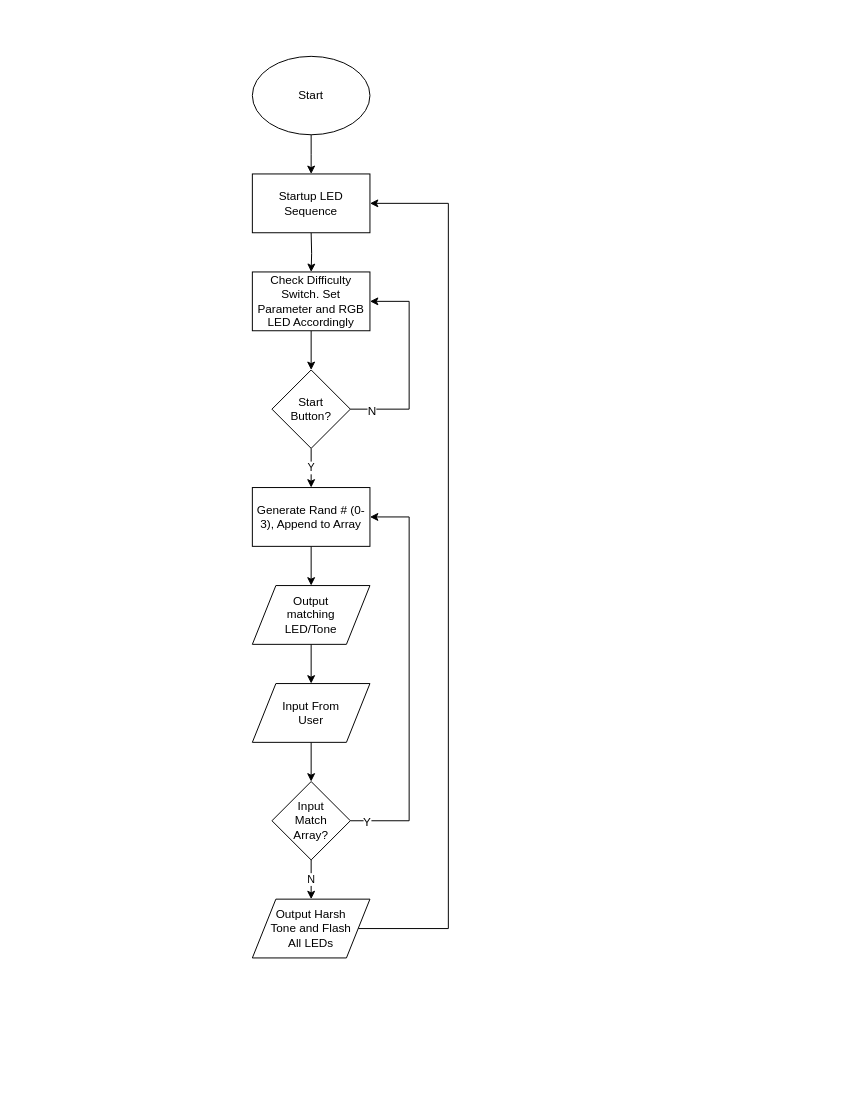
Earlier version of the draw.io diagram Simon Flow Chart.drawio (stephenspruill/Final-Project-Simon-Says). Source tidied: cells renumbered, new cells numbered last; positions are measured from the earlier drawing's top-left corner, leaving out a move shared by most shapes. Both pictures are drawn from the tidied source at 98%, with x=0, y=0 at pixel (252, 56).
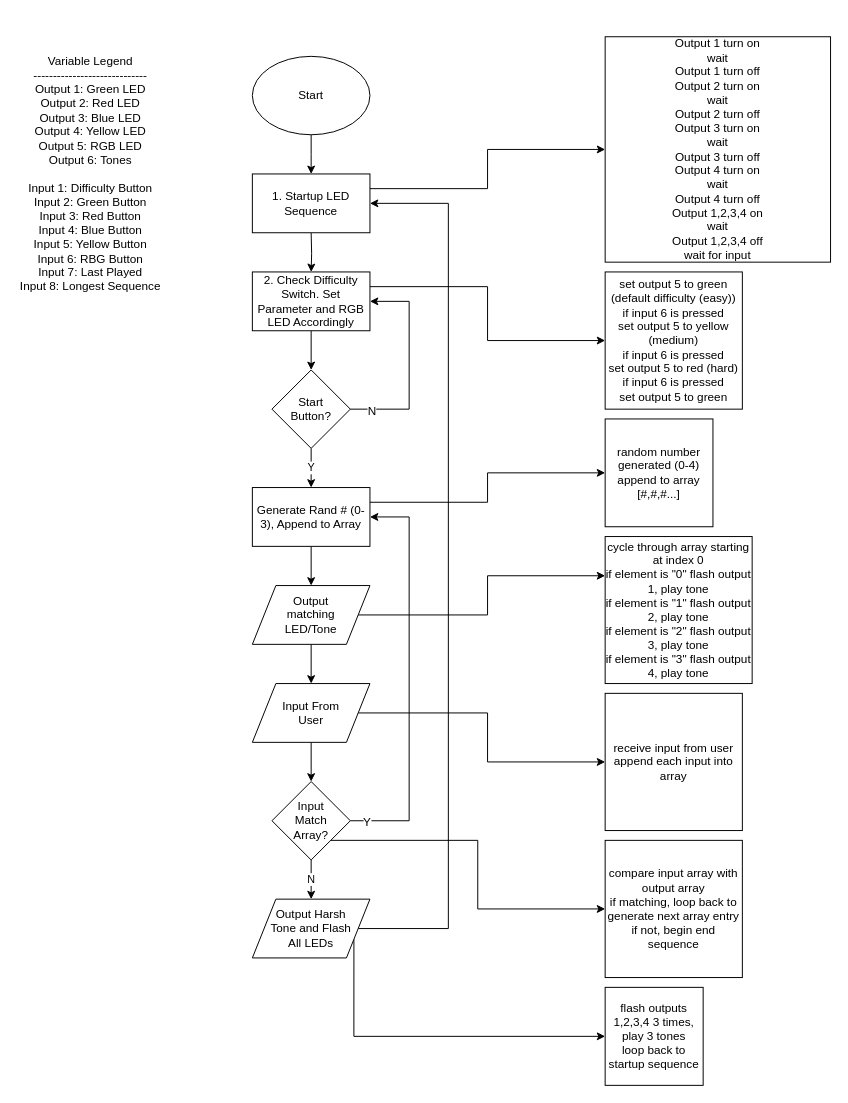
The same page after the edit.

The change refers to these unchanged cells:
```xml
<mxCell id="13" value="Generate Rand # (0-3), Append to Array" style="rounded=0;whiteSpace=wrap;html=1;" parent="1" vertex="1">
  <mxGeometry y="440" width="120" height="60" as="geometry" />
</mxCell>
<mxCell id="15" value="&lt;div&gt;Output&lt;/div&gt;&lt;div&gt;matching&lt;/div&gt;&lt;div&gt;LED/Tone&lt;/div&gt;" style="shape=parallelogram;perimeter=parallelogramPerimeter;whiteSpace=wrap;html=1;" parent="1" vertex="1">
  <mxGeometry y="540" width="120" height="60" as="geometry" />
</mxCell>
<mxCell id="17" value="&lt;div&gt;Input From&lt;/div&gt;&lt;div&gt;User&lt;br&gt;&lt;/div&gt;" style="shape=parallelogram;perimeter=parallelogramPerimeter;whiteSpace=wrap;html=1;" parent="1" vertex="1">
  <mxGeometry y="640" width="120" height="60" as="geometry" />
</mxCell>
<mxCell id="21" value="&lt;div&gt;Input&lt;/div&gt;&lt;div&gt;Match&lt;/div&gt;&lt;div&gt;Array?&lt;br&gt;&lt;/div&gt;" style="rhombus;whiteSpace=wrap;html=1;" parent="1" vertex="1">
  <mxGeometry x="20" y="740" width="80" height="80" as="geometry" />
</mxCell>
<mxCell id="23" value="&lt;div&gt;Output Harsh&lt;/div&gt;&lt;div&gt;Tone and Flash&lt;/div&gt;&lt;div&gt;All LEDs&lt;br&gt;&lt;/div&gt;" style="shape=parallelogram;perimeter=parallelogramPerimeter;whiteSpace=wrap;html=1;" parent="1" vertex="1">
  <mxGeometry y="860" width="120" height="60" as="geometry" />
</mxCell>
```

What changed in the source:
```diff
@@
+    <mxCell id="24" style="edgeStyle=orthogonalEdgeStyle;rounded=0;jettySize=auto;html=1;exitX=1;exitY=0.25;exitDx=0;exitDy=0;targetPerimeterSpacing=0;" parent="1" edge="1" source="6" target="33">
+      <mxGeometry relative="1" as="geometry" />
+    </mxCell>
-    <mxCell id="6" value="&lt;div&gt;Check Difficulty Switch. Set Parameter and RGB LED Accordingly&lt;br&gt;&lt;/div&gt;" style="rounded=0;whiteSpace=wrap;html=1;" parent="1" vertex="1">
+    <mxCell id="6" value="&lt;div&gt;2. Check Difficulty Switch. Set Parameter and RGB LED Accordingly&lt;br&gt;&lt;/div&gt;" style="rounded=0;whiteSpace=wrap;html=1;" parent="1" vertex="1">
       <mxGeometry y="220" width="120" height="60" as="geometry" />
     </mxCell>
+    <mxCell id="25" style="edgeStyle=orthogonalEdgeStyle;rounded=0;jettySize=auto;html=1;exitX=1;exitY=0.25;exitDx=0;exitDy=0;entryX=0;entryY=0.5;entryDx=0;entryDy=0;targetPerimeterSpacing=0;" parent="1" edge="1" source="7" target="32">
+      <mxGeometry relative="1" as="geometry" />
+    </mxCell>
-    <mxCell id="7" value="Startup LED Sequence" style="rounded=0;whiteSpace=wrap;html=1;" parent="1" vertex="1">
+    <mxCell id="7" value="1. Startup LED Sequence" style="rounded=0;whiteSpace=wrap;html=1;" parent="1" vertex="1">
       <mxGeometry y="120" width="120" height="60" as="geometry" />
     </mxCell>
@@
+    <mxCell id="26" style="edgeStyle=orthogonalEdgeStyle;rounded=0;jettySize=auto;html=1;exitX=1;exitY=0.25;exitDx=0;exitDy=0;targetPerimeterSpacing=0;" parent="1" edge="1" source="13" target="35">
+      <mxGeometry relative="1" as="geometry" />
+    </mxCell>
@@
+    <mxCell id="27" style="edgeStyle=orthogonalEdgeStyle;rounded=0;jettySize=auto;html=1;targetPerimeterSpacing=0;" parent="1" edge="1" source="15" target="34">
+      <mxGeometry relative="1" as="geometry">
+        <Array as="points">
+          <mxPoint x="240" y="570" />
+          <mxPoint x="240" y="530" />
+        </Array>
+      </mxGeometry>
+    </mxCell>
@@
+    <mxCell id="28" style="edgeStyle=orthogonalEdgeStyle;rounded=0;jettySize=auto;html=1;exitX=1;exitY=0.5;exitDx=0;exitDy=0;targetPerimeterSpacing=0;" parent="1" edge="1" source="17" target="36">
+      <mxGeometry relative="1" as="geometry" />
+    </mxCell>
@@
+    <mxCell id="29" style="edgeStyle=orthogonalEdgeStyle;rounded=0;jettySize=auto;html=1;exitX=1;exitY=1;exitDx=0;exitDy=0;targetPerimeterSpacing=0;" parent="1" edge="1" source="21" target="37">
+      <mxGeometry relative="1" as="geometry" />
+    </mxCell>
@@
+    <mxCell id="30" style="edgeStyle=orthogonalEdgeStyle;rounded=0;jettySize=auto;html=1;exitX=1;exitY=0.75;exitDx=0;exitDy=0;targetPerimeterSpacing=0;" parent="1" edge="1" source="23" target="38">
+      <mxGeometry relative="1" as="geometry">
+        <Array as="points">
+          <mxPoint x="104" y="1000" />
+        </Array>
+      </mxGeometry>
+    </mxCell>
@@
+    <mxCell id="31" value="Variable Legend&lt;br&gt;-----------------------------&lt;br&gt;Output 1: Green LED&lt;br&gt;Output 2: Red LED&lt;br&gt;Output 3: Blue LED&lt;br&gt;Output 4: Yellow LED&lt;br&gt;Output 5: RGB LED&lt;br&gt;Output 6: Tones&lt;br&gt;&lt;br&gt;Input 1: Difficulty Button&lt;br&gt;Input 2: Green Button&lt;br&gt;Input 3: Red Button&lt;br&gt;Input 4: Blue Button&lt;br&gt;Input 5: Yellow Button&lt;br&gt;Input 6: RBG Button&lt;br&gt;Input 7: Last Played&lt;br&gt;Input 8: Longest Sequence" style="text;html=1;strokeColor=none;fillColor=none;align=center;verticalAlign=middle;whiteSpace=wrap;rounded=0;" parent="1" vertex="1">
+      <mxGeometry x="-240" y="-40" width="150" height="320" as="geometry" />
+    </mxCell>
+    <mxCell id="32" value="Output 1 turn on&lt;br&gt;wait&lt;br&gt;Output 1 turn off&lt;br&gt;Output 2 turn on&lt;br&gt;wait&lt;br&gt;Output 2 turn off&lt;br&gt;Output 3 turn on&lt;br&gt;wait&lt;br&gt;Output 3 turn off&lt;br&gt;Output 4 turn on&lt;br&gt;wait&lt;br&gt;Output 4 turn off&lt;br&gt;Output 1,2,3,4 on&lt;br&gt;wait&lt;br&gt;Output 1,2,3,4 off&lt;br&gt;wait for input" style="whiteSpace=wrap;html=1;" parent="1" vertex="1">
+      <mxGeometry x="360" y="-20" width="230" height="230" as="geometry" />
+    </mxCell>
+    <mxCell id="33" value="set output 5 to green (default difficulty (easy))&lt;br&gt;if input 6 is pressed&lt;br&gt;set output 5 to yellow (medium)&lt;br&gt;if input 6 is pressed&lt;br&gt;set output 5 to red (hard)&lt;br&gt;if input 6 is pressed&lt;br&gt;set output 5 to green" style="whiteSpace=wrap;html=1;" parent="1" vertex="1">
+      <mxGeometry x="360" y="220" width="140" height="140" as="geometry" />
+    </mxCell>
+    <mxCell id="34" value="cycle through array starting at index 0&lt;br&gt;if element is &quot;0&quot; flash output 1, play tone&lt;br&gt;if element is &quot;1&quot; flash output 2, play tone&lt;br&gt;if element is &quot;2&quot; flash output 3, play tone&lt;br&gt;if element is &quot;3&quot; flash output 4, play tone" style="whiteSpace=wrap;html=1;" parent="1" vertex="1">
+      <mxGeometry x="360" y="490" width="150" height="150" as="geometry" />
+    </mxCell>
+    <mxCell id="35" value="random number generated (0-4)&lt;br&gt;append to array&lt;br&gt;[#,#,#...]" style="whiteSpace=wrap;html=1;" parent="1" vertex="1">
+      <mxGeometry x="360" y="370" width="110" height="110" as="geometry" />
+    </mxCell>
+    <mxCell id="36" value="receive input from user&lt;br&gt;append each input into array" style="whiteSpace=wrap;html=1;" parent="1" vertex="1">
+      <mxGeometry x="360" y="650" width="140" height="140" as="geometry" />
+    </mxCell>
+    <mxCell id="37" value="compare input array with output array&lt;br&gt;if matching, loop back to generate next array entry&lt;br&gt;if not, begin end sequence" style="whiteSpace=wrap;html=1;" parent="1" vertex="1">
+      <mxGeometry x="360" y="800" width="140" height="140" as="geometry" />
+    </mxCell>
+    <mxCell id="38" value="flash outputs 1,2,3,4 3 times, play 3 tones&lt;br&gt;loop back to startup sequence" style="whiteSpace=wrap;html=1;" parent="1" vertex="1">
+      <mxGeometry x="360" y="950" width="100" height="100" as="geometry" />
+    </mxCell>
```
